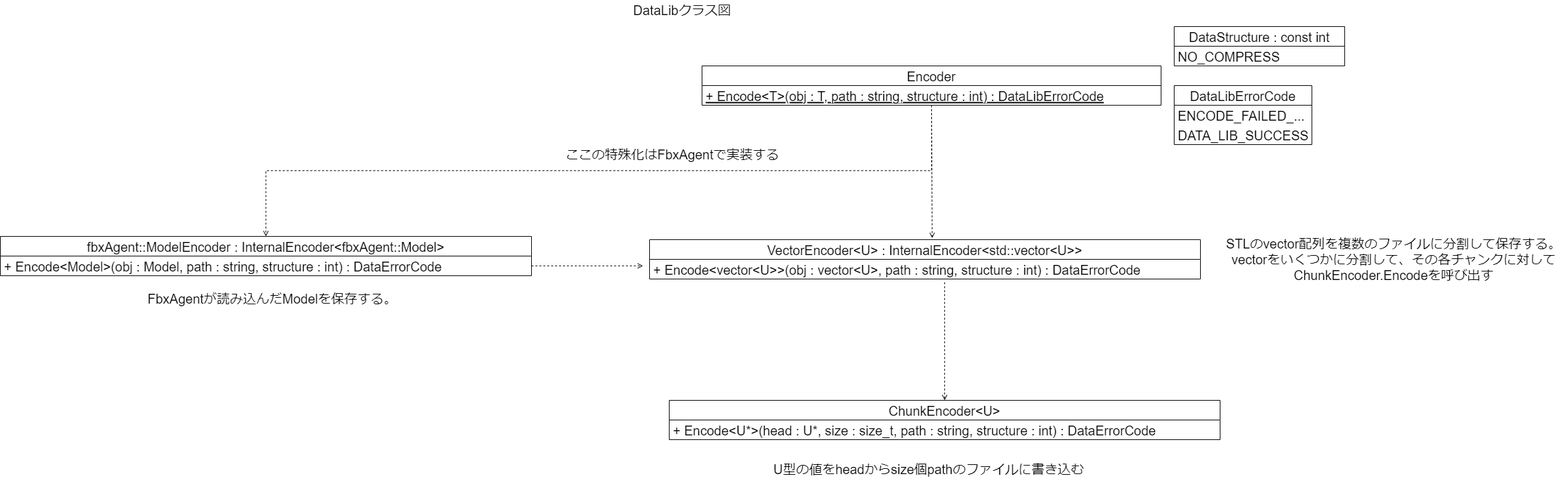
The draw.io diagram design/DataLibEncoderClassDiagram.png in Dumble009/DataLib, before a commit. Source tidied: cells renumbered, new cells last; positions are measured from the earlier drawing's top-left corner, leaving out a move shared by most shapes.
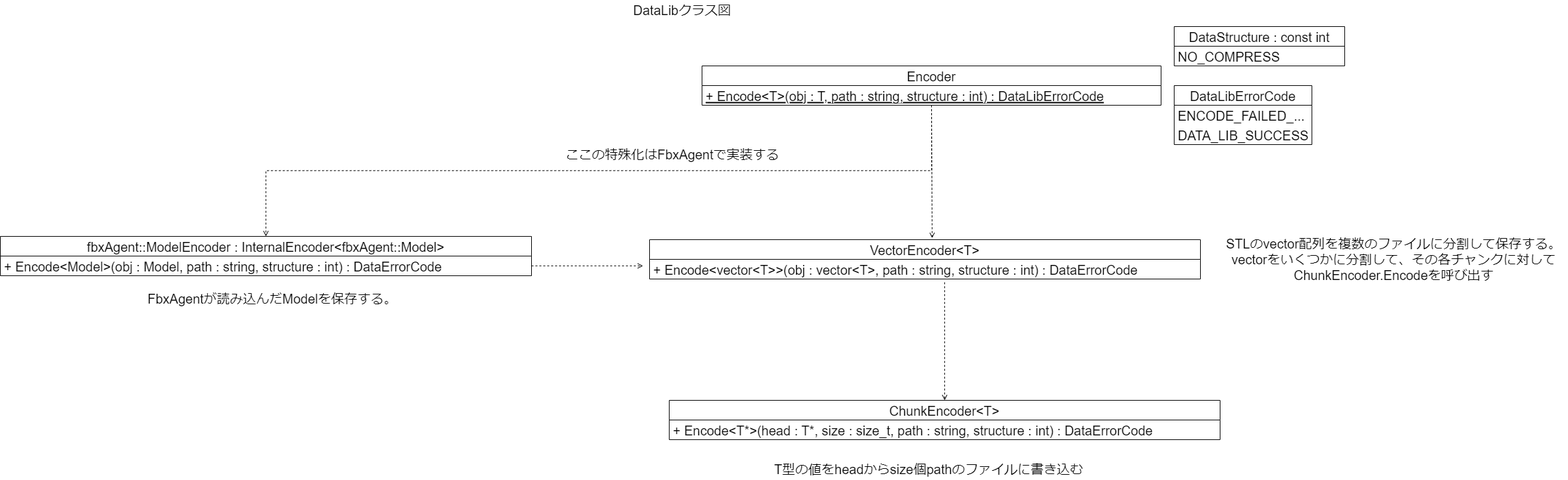
After the change.

Diff of the diagram source:
```diff
@@ -26,22 +26,22 @@
     <mxCell id="9" value="DATA_LIB_SUCCESS" style="text;strokeColor=none;fillColor=none;align=left;verticalAlign=middle;spacingLeft=4;spacingRight=4;overflow=hidden;fontSize=20;" parent="7" vertex="1">
       <mxGeometry y="60" width="210" height="30" as="geometry" />
     </mxCell>
-    <mxCell id="10" value="VectorEncoder&lt;U&gt; : InternalEncoder&lt;std::vector&lt;U&gt;&gt;" style="swimlane;fontStyle=0;horizontal=1;startSize=30;fontSize=20;" parent="1" vertex="1">
+    <mxCell id="10" value="VectorEncoder&lt;T&gt;" style="swimlane;fontStyle=0;horizontal=1;startSize=30;fontSize=20;" parent="1" vertex="1">
       <mxGeometry x="990" y="365" width="840" height="60" as="geometry" />
     </mxCell>
-    <mxCell id="11" value="+ Encode&lt;vector&lt;U&gt;&gt;(obj : vector&lt;U&gt;, path : string, structure : int) : DataErrorCode" style="text;strokeColor=none;fillColor=none;align=left;verticalAlign=middle;spacingLeft=4;spacingRight=4;overflow=hidden;fontSize=20;fontStyle=0;" parent="10" vertex="1">
+    <mxCell id="11" value="+ Encode&lt;vector&lt;T&gt;&gt;(obj : vector&lt;T&gt;, path : string, structure : int) : DataErrorCode" style="text;strokeColor=none;fillColor=none;align=left;verticalAlign=middle;spacingLeft=4;spacingRight=4;overflow=hidden;fontSize=20;fontStyle=0;" parent="10" vertex="1">
       <mxGeometry y="30" width="840" height="30" as="geometry" />
     </mxCell>
-    <mxCell id="12" value="ChunkEncoder&lt;U&gt;" style="swimlane;fontStyle=0;horizontal=1;startSize=30;fontSize=20;" parent="1" vertex="1">
+    <mxCell id="12" value="ChunkEncoder&lt;T&gt;" style="swimlane;fontStyle=0;horizontal=1;startSize=30;fontSize=20;" parent="1" vertex="1">
       <mxGeometry x="1020" y="610" width="840" height="60" as="geometry" />
     </mxCell>
-    <mxCell id="13" value="+ Encode&lt;U*&gt;(head : U*, size : size_t, path : string, structure : int) : DataErrorCode" style="text;strokeColor=none;fillColor=none;align=left;verticalAlign=middle;spacingLeft=4;spacingRight=4;overflow=hidden;fontSize=20;fontStyle=0;" parent="12" vertex="1">
+    <mxCell id="13" value="+ Encode&lt;T*&gt;(head : T*, size : size_t, path : string, structure : int) : DataErrorCode" style="text;strokeColor=none;fillColor=none;align=left;verticalAlign=middle;spacingLeft=4;spacingRight=4;overflow=hidden;fontSize=20;fontStyle=0;" parent="12" vertex="1">
       <mxGeometry y="30" width="840" height="30" as="geometry" />
     </mxCell>
     <mxCell id="14" value="STLのvector配列を複数のファイルに分割して保存する。&lt;br&gt;vectorをいくつかに分割して、その各チャンクに対してChunkEncoder.Encodeを呼び出す" style="text;html=1;strokeColor=none;fillColor=none;align=center;verticalAlign=middle;whiteSpace=wrap;rounded=0;fontSize=20;" parent="1" vertex="1">
       <mxGeometry x="1860" y="380" width="530" height="30" as="geometry" />
     </mxCell>
-    <mxCell id="15" value="U型の値をheadからsize個pathのファイルに書き込む" style="text;html=1;strokeColor=none;fillColor=none;align=center;verticalAlign=middle;whiteSpace=wrap;rounded=0;fontSize=20;" parent="1" vertex="1">
+    <mxCell id="15" value="T型の値をheadからsize個pathのファイルに書き込む" style="text;html=1;strokeColor=none;fillColor=none;align=center;verticalAlign=middle;whiteSpace=wrap;rounded=0;fontSize=20;" parent="1" vertex="1">
       <mxGeometry x="1151" y="700" width="530" height="30" as="geometry" />
     </mxCell>
     <mxCell id="16" value="fbxAgent::ModelEncoder : InternalEncoder&lt;fbxAgent::Model&gt;" style="swimlane;fontStyle=0;horizontal=1;startSize=30;fontSize=20;" parent="1" vertex="1">
```
